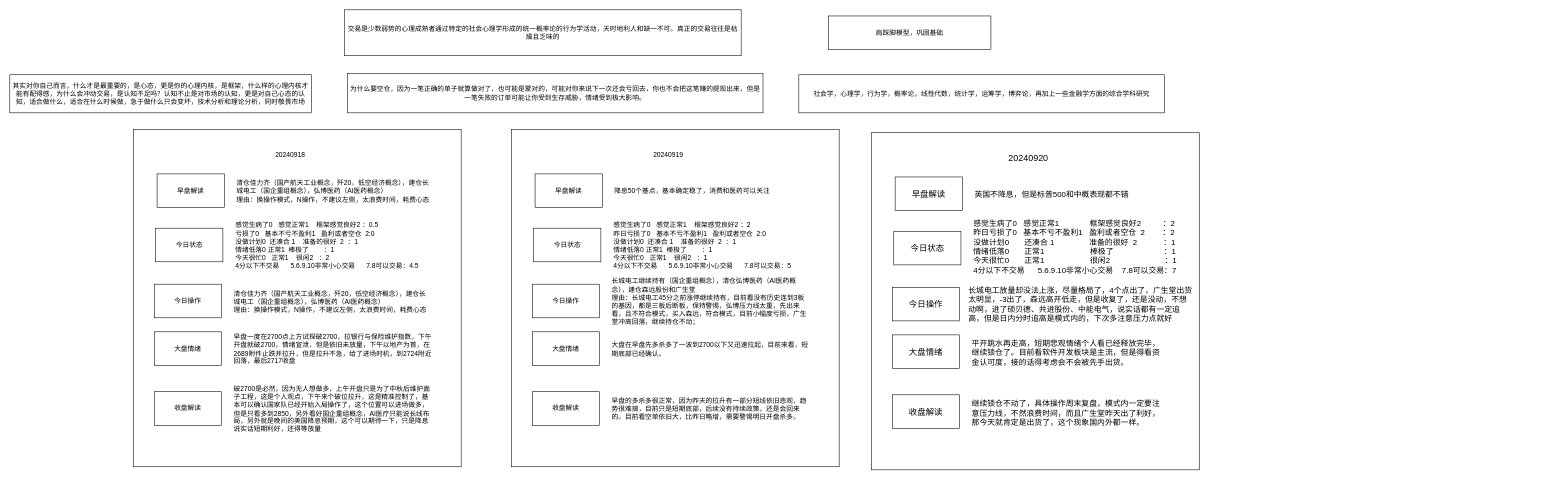
The draw.io diagram 日志.drawio in chiti-liu/my_design, before the edit. Source tidied: cells renumbered, new cells numbered last; positions are measured from the earlier drawing's top-left corner, leaving out a move shared by most shapes. Both pictures are drawn from the tidied source at 56%, with x=0, y=0 at pixel (10, 10).
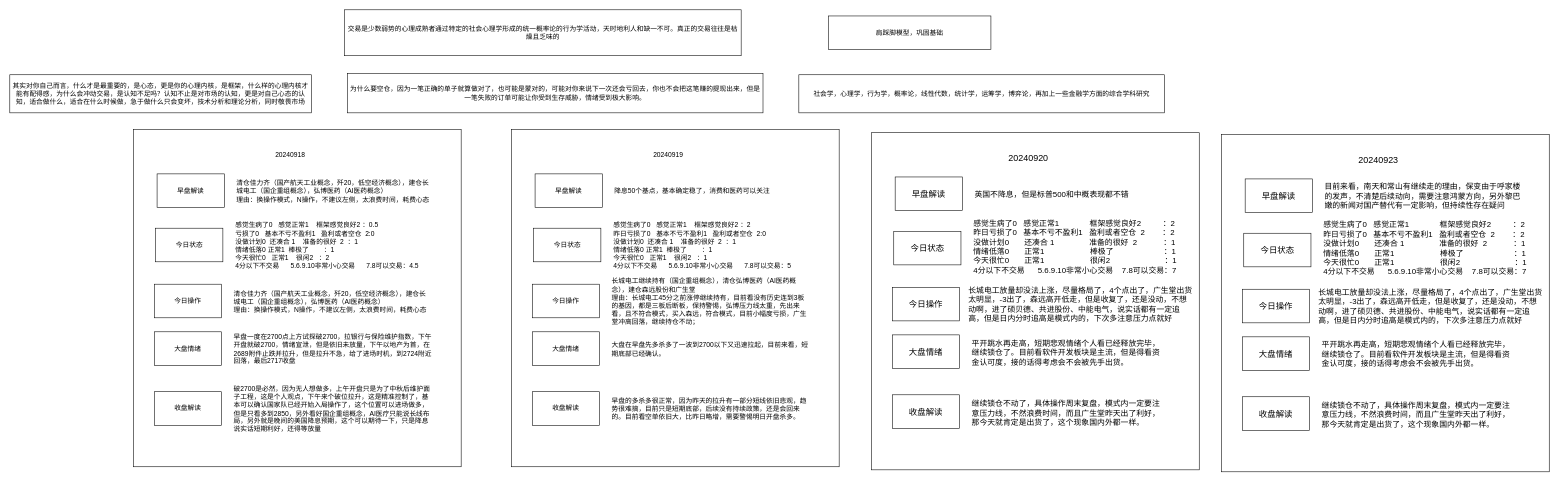
The same diagram, later.

What changed in the source:
```diff
@@
+    <mxCell id="58" style="rounded=0;whiteSpace=wrap;html=1;" parent="1" vertex="1">
+      <mxGeometry x="2164" y="223" width="585" height="602" as="geometry" />
+    </mxCell>
+    <mxCell id="59" value="&lt;font style=&quot;font-size: 16px;&quot;&gt;20240923&lt;/font&gt;" style="text;html=1;align=center;verticalAlign=middle;whiteSpace=wrap;rounded=0;" parent="1" vertex="1">
+      <mxGeometry x="2189" y="242" width="510" height="52" as="geometry" />
+    </mxCell>
+    <mxCell id="60" style="group;" parent="1" vertex="1">
+      <mxGeometry x="2201" y="499" width="542" height="71" as="geometry" />
+    </mxCell>
+    <mxCell id="61" value="&lt;font style=&quot;font-size: 15px;&quot;&gt;今日操作&lt;/font&gt;" style="rounded=0;whiteSpace=wrap;html=1;" parent="60" vertex="1">
+      <mxGeometry width="120" height="60" as="geometry" />
+    </mxCell>
+    <mxCell id="62" value="&lt;font style=&quot;font-size: 14px;&quot;&gt;长城电工放量却没法上涨，尽量格局了，4个点出了，广生堂出货太明显，-3出了，森远高开低走，但是收复了，还是没动，不想动啊，进了硕贝德、共进股份、中能电气，说实话都有一定追高，但是日内分时追高是模式内的，下次多注意压力点就好&lt;/font&gt;" style="text;html=1;align=left;verticalAlign=middle;whiteSpace=wrap;rounded=0;" parent="60" vertex="1">
+      <mxGeometry x="134" y="-3.6" width="406" height="67.2" as="geometry" />
+    </mxCell>
+    <mxCell id="63" style="group;" parent="1" vertex="1">
+      <mxGeometry x="2201" y="584" width="495.5" height="61" as="geometry" />
+    </mxCell>
+    <mxCell id="64" value="&lt;font style=&quot;font-size: 15px;&quot;&gt;大盘情绪&lt;/font&gt;" style="rounded=0;whiteSpace=wrap;html=1;" parent="63" vertex="1">
+      <mxGeometry width="120" height="60" as="geometry" />
+    </mxCell>
+    <mxCell id="65" value="&lt;font style=&quot;font-size: 14px;&quot;&gt;平开跳水再走高，短期悲观情绪个人看已经释放完毕，继续锁仓了。目前看软件开发板块是主流，但是得看资金认可度，接的话得考虑会不会被先手出货。&lt;/font&gt;" style="text;html=1;align=left;verticalAlign=middle;whiteSpace=wrap;rounded=0;" parent="63" vertex="1">
+      <mxGeometry x="140" y="6.5" width="349" height="49.5" as="geometry" />
+    </mxCell>
+    <mxCell id="66" style="group;" parent="1" vertex="1">
+      <mxGeometry x="2206" y="302" width="495.5" height="61" as="geometry" />
+    </mxCell>
+    <mxCell id="67" value="&lt;font style=&quot;font-size: 14px;&quot;&gt;目前来看，南天和常山有继续走的理由，保变由于呼家楼的发声，不清楚后续动向，需要注意鸿蒙方向，另外黎巴嫩的新闻对国产替代有一定影响，但持续性存在疑问&lt;/font&gt;" style="text;html=1;align=left;verticalAlign=middle;whiteSpace=wrap;rounded=0;" parent="66" vertex="1">
+      <mxGeometry x="140" width="355.5" height="61" as="geometry" />
+    </mxCell>
+    <mxCell id="68" value="&lt;font style=&quot;font-size: 15px;&quot;&gt;早盘解读&lt;/font&gt;" style="rounded=0;whiteSpace=wrap;html=1;" parent="66" vertex="1">
+      <mxGeometry width="120" height="60" as="geometry" />
+    </mxCell>
+    <mxCell id="69" style="group;align=left;" parent="1" vertex="1">
+      <mxGeometry x="2201" y="691" width="495.5" height="61" as="geometry" />
+    </mxCell>
+    <mxCell id="70" value="&lt;font style=&quot;font-size: 15px;&quot;&gt;收盘解读&lt;/font&gt;" style="rounded=0;whiteSpace=wrap;html=1;" parent="69" vertex="1">
+      <mxGeometry width="120" height="60" as="geometry" />
+    </mxCell>
+    <mxCell id="71" value="&lt;font style=&quot;font-size: 14px;&quot;&gt;继续锁仓不动了，具体操作周末复盘，模式内一定要注意压力线，不然浪费时间，而且广生堂昨天出了利好，那今天就肯定是出货了，这个现象国内外都一样。&lt;/font&gt;" style="text;html=1;align=left;verticalAlign=middle;whiteSpace=wrap;rounded=0;" parent="69" vertex="1">
+      <mxGeometry x="140" y="7.5" width="347" height="49.5" as="geometry" />
+    </mxCell>
+    <mxCell id="72" style="group;" parent="1" vertex="1">
+      <mxGeometry x="2203.5" y="399" width="528" height="61" as="geometry" />
+    </mxCell>
+    <mxCell id="73" value="&lt;font style=&quot;font-size: 14px;&quot;&gt;感觉生病了0&amp;nbsp; &amp;nbsp;感觉正常1&amp;nbsp; &amp;nbsp; &amp;nbsp; &amp;nbsp; &amp;nbsp; &amp;nbsp; &amp;nbsp; 框架感觉良好2&amp;nbsp; &amp;nbsp; &amp;nbsp; &amp;nbsp; &amp;nbsp; ：2&lt;br&gt;昨日亏损了0&amp;nbsp; &amp;nbsp;基本不亏不盈利1&amp;nbsp; &amp;nbsp;盈利或者空仓&amp;nbsp; 2&amp;nbsp; &amp;nbsp; &amp;nbsp; &amp;nbsp; ：2&lt;br&gt;没做计划0&amp;nbsp; &amp;nbsp; &amp;nbsp; &amp;nbsp;还凑合 1&amp;nbsp; &amp;nbsp; &amp;nbsp; &amp;nbsp; &amp;nbsp; &amp;nbsp; &amp;nbsp; &amp;nbsp; 准备的很好&amp;nbsp; 2&amp;nbsp; &amp;nbsp; &amp;nbsp; &amp;nbsp; &amp;nbsp; &amp;nbsp; ：1&lt;br&gt;情绪低落0&amp;nbsp; &amp;nbsp; &amp;nbsp; &amp;nbsp;正常1&amp;nbsp; &amp;nbsp; &amp;nbsp; &amp;nbsp; &amp;nbsp; &amp;nbsp; &amp;nbsp; &amp;nbsp; &amp;nbsp; &amp;nbsp; &amp;nbsp;棒极了&amp;nbsp; &amp;nbsp; &amp;nbsp; &amp;nbsp; &amp;nbsp; &amp;nbsp; &amp;nbsp; &amp;nbsp; &amp;nbsp; &amp;nbsp; &amp;nbsp; &amp;nbsp;：1&lt;br&gt;今天很忙0&amp;nbsp; &amp;nbsp; &amp;nbsp; &amp;nbsp;正常1&amp;nbsp; &amp;nbsp; &amp;nbsp; &amp;nbsp; &amp;nbsp; &amp;nbsp; &amp;nbsp; &amp;nbsp; &amp;nbsp; &amp;nbsp; &amp;nbsp;很闲2&amp;nbsp; &amp;nbsp; &amp;nbsp; &amp;nbsp; &amp;nbsp; &amp;nbsp; &amp;nbsp; &amp;nbsp; &amp;nbsp; &amp;nbsp; &amp;nbsp; &amp;nbsp; &amp;nbsp;：1&lt;br&gt;4分以下不交易&amp;nbsp; &amp;nbsp; &amp;nbsp; 5.6.9.10非常小心交易&amp;nbsp; &amp;nbsp; 7.8可以交易：7&lt;/font&gt;" style="text;html=1;align=left;verticalAlign=middle;whiteSpace=wrap;rounded=0;" parent="72" vertex="1">
+      <mxGeometry x="140" y="-7" width="388" height="68" as="geometry" />
+    </mxCell>
+    <mxCell id="74" value="&lt;font style=&quot;font-size: 15px;&quot;&gt;今日状态&lt;/font&gt;" style="rounded=0;whiteSpace=wrap;html=1;" parent="72" vertex="1">
+      <mxGeometry width="120" height="60" as="geometry" />
+    </mxCell>
```
